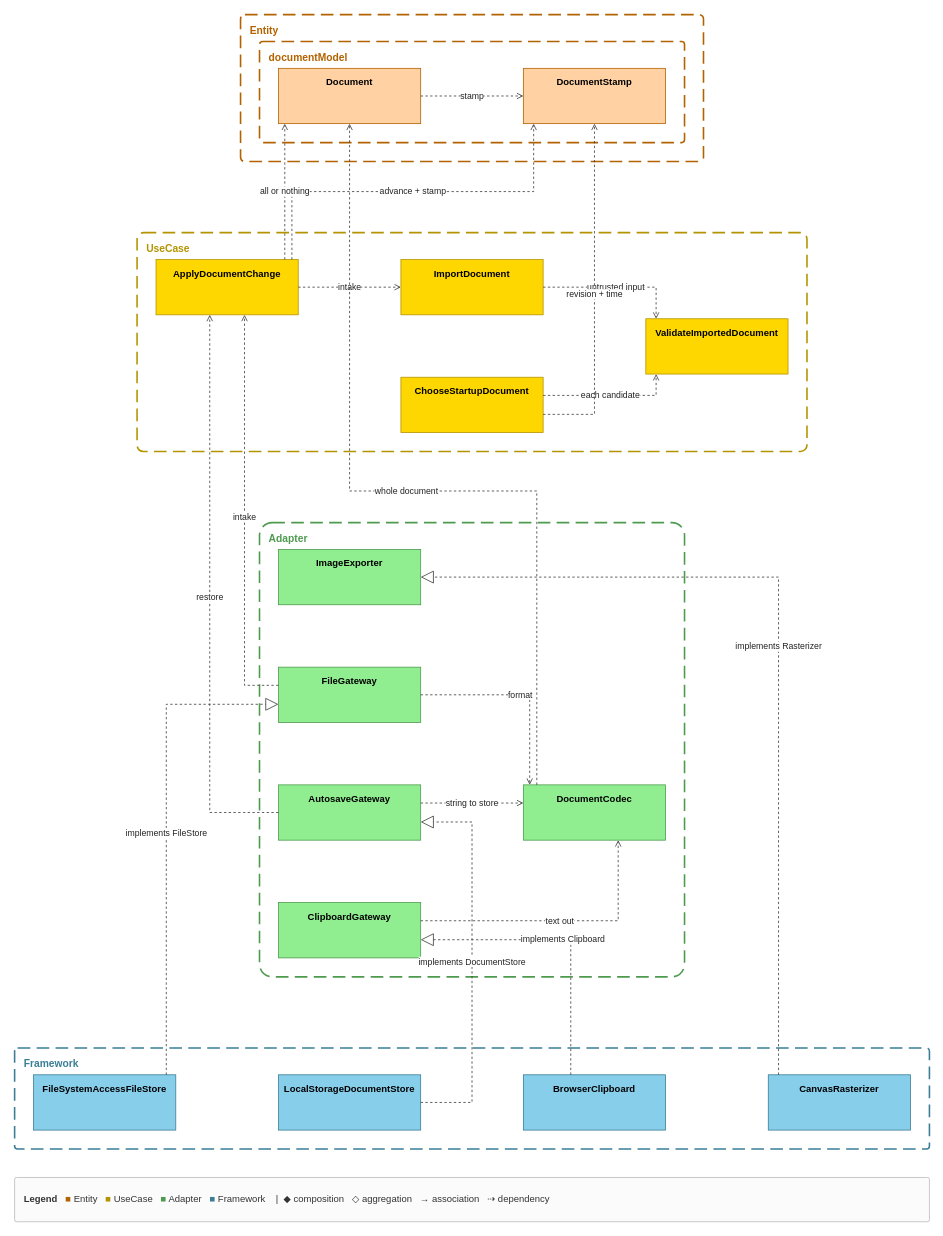
Above: docs/spec/_assets/source/view-io.drawio in GoodRelax/gr-scheduler (draw.io), before the change. Source tidied: cells renumbered, new cells numbered last; positions are measured from the earlier drawing's top-left corner, leaving out a move shared by most shapes. Both pictures are drawn from the tidied source at 79%, with x=0, y=0 at pixel (14, 14).
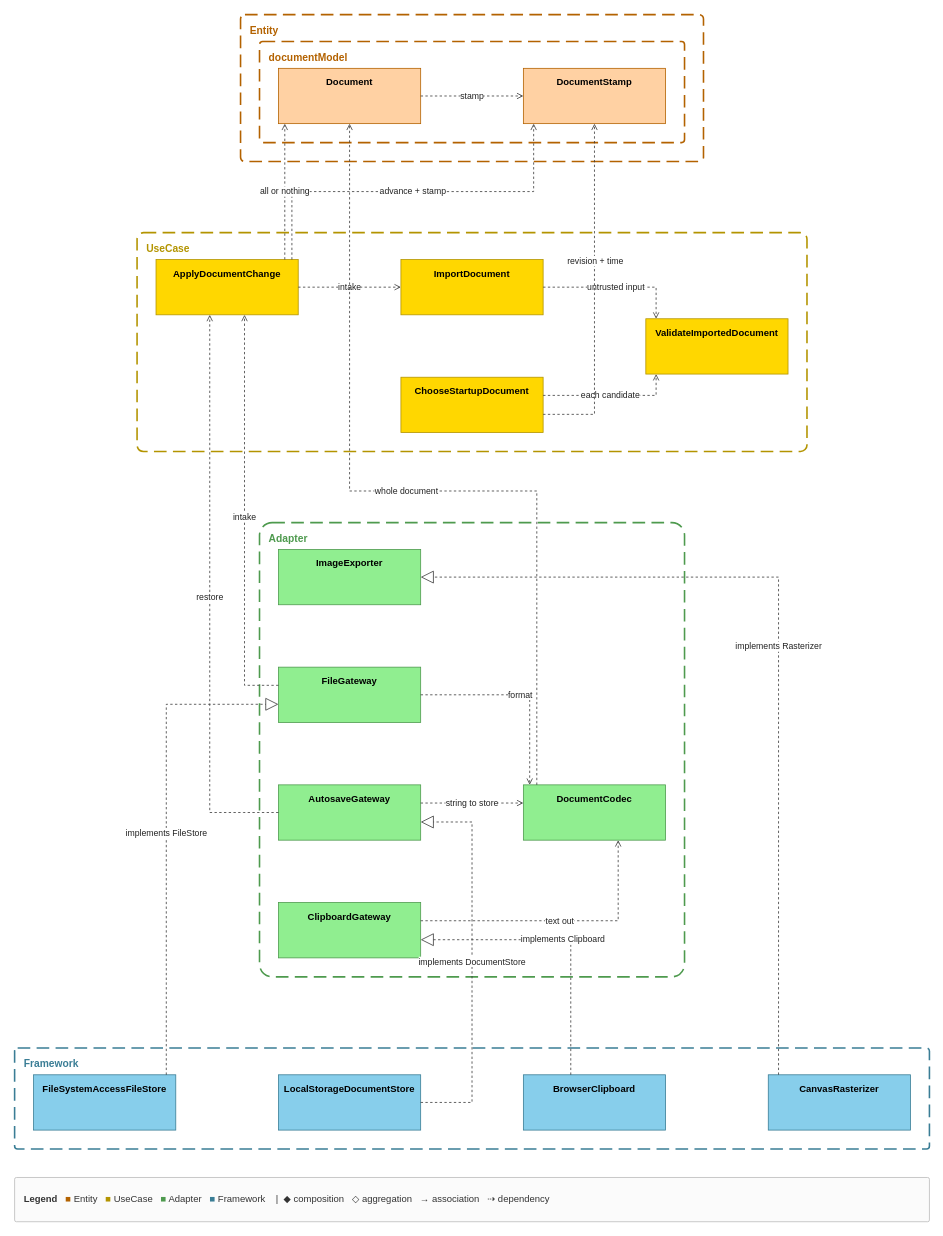
The same page after the edit.

Unchanged cells that the change refers to:
```xml
<mxCell id="19" value="&lt;b&gt;ChooseStartupDocument&lt;/b&gt;" style="rounded=0;whiteSpace=wrap;html=1;verticalAlign=top;spacingTop=4;fillColor=#FFD700;strokeColor=#B39400;" parent="1" vertex="1">
  <mxGeometry x="489" y="459" width="180" height="70" as="geometry" />
</mxCell>
<mxCell id="21" value="&lt;b&gt;DocumentStamp&lt;/b&gt;" style="rounded=0;whiteSpace=wrap;html=1;verticalAlign=top;spacingTop=4;fillColor=#FFD1A3;strokeColor=#B36200;" parent="1" vertex="1">
  <mxGeometry x="644" y="68" width="180" height="70" as="geometry" />
</mxCell>
```

Change to the diagram source:
```diff
@@
-    <mxCell id="35" value="revision + time" style="edgeStyle=orthogonalEdgeStyle;rounded=0;html=1;strokeColor=#3A3A3A;fontSize=11;fontColor=#222222;labelBackgroundColor=#FFFFFF;endArrow=open;dashed=1;" parent="1" edge="1" source="19" target="21">
+    <mxCell id="35" style="edgeStyle=orthogonalEdgeStyle;rounded=0;html=1;strokeColor=#3A3A3A;fontSize=11;fontColor=#222222;labelBackgroundColor=#FFFFFF;endArrow=open;dashed=1;" parent="1" edge="1" source="19" target="21">
       <mxGeometry relative="1" as="geometry">
         <Array as="points">
           <mxPoint x="703" y="506" />
           <mxPoint x="734" y="506" />
           <mxPoint x="734" y="506" />
           <mxPoint x="734" y="506" />
           <mxPoint x="734" y="237" />
         </Array>
       </mxGeometry>
     </mxCell>
+    <mxCell id="40" value="revision + time" style="edgeLabel;html=1;align=center;verticalAlign=middle;labelBackgroundColor=#FFFFFF;fontSize=11;fontColor=#222222;" parent="35" vertex="1">
+      <mxGeometry x="0.2" relative="1" as="geometry" />
+    </mxCell>
```
